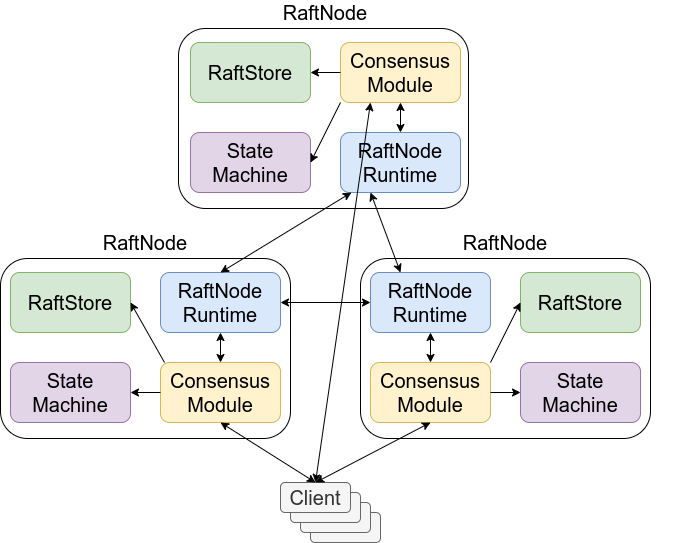
MicroRaft/MicroRaft keeps this draw.io diagram as microraft.io/src/img/architectural_overview.png. Above is the earlier version. Source tidied: cells renumbered, new cells last; positions are measured from the earlier drawing's top-left corner, leaving out a move shared by most shapes.
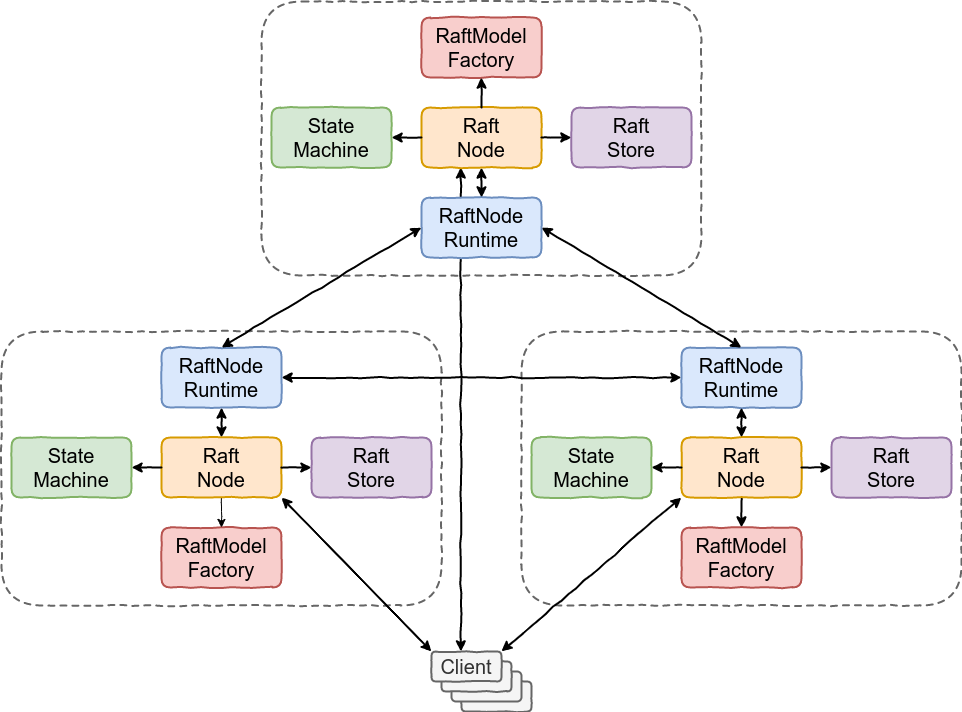
Later version of the same file.

What changed in the source:
```diff
@@ -3,137 +3,150 @@
     <mxCell id="0" />
     <mxCell id="1" parent="0" />
     <mxCell id="2" style="group;" parent="1" vertex="1">
-      <mxGeometry width="680" height="540" as="geometry" />
+      <mxGeometry width="960" height="710" as="geometry" />
     </mxCell>
     <mxCell id="3" style="group;" parent="2" vertex="1">
-      <mxGeometry width="680" height="436" as="geometry" />
+      <mxGeometry width="960" height="710" as="geometry" />
     </mxCell>
-    <mxCell id="4" style="group;" parent="3" vertex="1">
-      <mxGeometry y="230" width="300" height="206" as="geometry" />
+    <mxCell id="4" style="endArrow=classic;startArrow=classic;html=1;endFill=1;startFill=1;exitX=0.328;exitY=0.999;exitDx=0;exitDy=0;entryX=0.419;entryY=0;entryDx=0;entryDy=0;exitPerimeter=0;entryPerimeter=0;comic=1;strokeWidth=2;" parent="3" edge="1" source="31" target="47">
+      <mxGeometry relative="1" as="geometry" />
     </mxCell>
-    <mxCell id="5" style="rounded=1;whiteSpace=wrap;html=1;" parent="4" vertex="1">
-      <mxGeometry y="26" width="290" height="180" as="geometry" />
+    <mxCell id="5" style="group;comic=1;strokeWidth=2;" parent="3" vertex="1">
+      <mxGeometry y="330" width="440" height="274" as="geometry" />
     </mxCell>
-    <mxCell id="6" value="&lt;font style=&quot;font-size: 20px&quot;&gt;Consensus&lt;br&gt;Module&lt;br&gt;&lt;/font&gt;" style="rounded=1;whiteSpace=wrap;html=1;fillColor=#fff2cc;strokeColor=#d6b656;" parent="4" vertex="1">
-      <mxGeometry x="160" y="130" width="120" height="60" as="geometry" />
+    <mxCell id="6" style="rounded=1;whiteSpace=wrap;html=1;dashed=1;fillColor=none;comic=1;strokeWidth=2;strokeColor=#666666;" parent="5" vertex="1">
+      <mxGeometry width="440" height="274" as="geometry" />
     </mxCell>
-    <mxCell id="7" value="&lt;font style=&quot;font-size: 20px&quot;&gt;RaftNode&lt;br&gt;Runtime&lt;/font&gt;" style="rounded=1;whiteSpace=wrap;html=1;fillColor=#dae8fc;strokeColor=#6c8ebf;" parent="4" vertex="1">
-      <mxGeometry x="160" y="40" width="120" height="60" as="geometry" />
+    <mxCell id="7" value="&lt;span style=&quot;font-size: 20px&quot;&gt;RaftModel&lt;br&gt;Factory&lt;br&gt;&lt;/span&gt;" style="rounded=1;whiteSpace=wrap;html=1;fillColor=#f8cecc;strokeColor=#b85450;comic=1;strokeWidth=2;" parent="5" vertex="1">
+      <mxGeometry x="160" y="196" width="120" height="60" as="geometry" />
     </mxCell>
-    <mxCell id="8" value="&lt;span style=&quot;font-size: 20px&quot;&gt;State&lt;br&gt;Machine&lt;/span&gt;" style="rounded=1;whiteSpace=wrap;html=1;fillColor=#e1d5e7;strokeColor=#9673a6;" parent="4" vertex="1">
-      <mxGeometry x="10" y="130" width="120" height="60" as="geometry" />
+    <mxCell id="8" style="endArrow=classic;html=1;exitX=0.5;exitY=1;exitDx=0;exitDy=0;entryX=0.5;entryY=0;entryDx=0;entryDy=0;comic=1;" parent="5" edge="1" source="9" target="7">
+      <mxGeometry relative="1" as="geometry" />
     </mxCell>
-    <mxCell id="9" value="&lt;span style=&quot;font-size: 20px&quot;&gt;RaftStore&lt;/span&gt;" style="rounded=1;whiteSpace=wrap;html=1;fillColor=#d5e8d4;strokeColor=#82b366;" parent="4" vertex="1">
-      <mxGeometry x="10" y="40" width="120" height="60" as="geometry" />
+    <mxCell id="9" value="&lt;span style=&quot;font-size: 20px&quot;&gt;Raft&lt;br&gt;Node&lt;/span&gt;" style="rounded=1;whiteSpace=wrap;html=1;fillColor=#ffe6cc;strokeColor=#d79b00;comic=1;strokeWidth=2;" parent="5" vertex="1">
+      <mxGeometry x="160" y="106" width="120" height="60" as="geometry" />
     </mxCell>
-    <mxCell id="10" value="&lt;font style=&quot;font-size: 20px&quot;&gt;RaftNode&lt;/font&gt;" style="text;html=1;strokeColor=none;fillColor=none;align=center;verticalAlign=middle;whiteSpace=wrap;rounded=0;" parent="4" vertex="1">
-      <mxGeometry width="290" height="20" as="geometry" />
+    <mxCell id="10" value="&lt;span style=&quot;font-size: 20px&quot;&gt;Raft&lt;br&gt;Store&lt;br&gt;&lt;/span&gt;" style="rounded=1;whiteSpace=wrap;html=1;fillColor=#e1d5e7;strokeColor=#9673a6;comic=1;strokeWidth=2;" parent="5" vertex="1">
+      <mxGeometry x="310" y="106" width="120" height="60" as="geometry" />
     </mxCell>
-    <mxCell id="11" style="endArrow=classic;html=1;entryX=1;entryY=0.5;entryDx=0;entryDy=0;exitX=0;exitY=0.5;exitDx=0;exitDy=0;" parent="4" edge="1" source="6" target="8">
-      <mxGeometry relative="1" as="geometry" />
+    <mxCell id="11" value="&lt;span style=&quot;font-size: 20px&quot;&gt;State&lt;br&gt;Machine&lt;br&gt;&lt;/span&gt;" style="rounded=1;whiteSpace=wrap;html=1;fillColor=#d5e8d4;strokeColor=#82b366;comic=1;strokeWidth=2;" parent="5" vertex="1">
+      <mxGeometry x="10" y="106" width="120" height="60" as="geometry" />
     </mxCell>
-    <mxCell id="12" style="endArrow=classic;html=1;entryX=1;entryY=0.5;entryDx=0;entryDy=0;" parent="4" edge="1" target="9">
-      <mxGeometry relative="1" as="geometry">
-        <mxPoint x="164" y="130" as="sourcePoint" />
-      </mxGeometry>
+    <mxCell id="12" value="&lt;span style=&quot;font-size: 20px&quot;&gt;RaftNode&lt;br&gt;Runtime&lt;br&gt;&lt;/span&gt;" style="rounded=1;whiteSpace=wrap;html=1;fillColor=#dae8fc;strokeColor=#6c8ebf;comic=1;strokeWidth=2;" parent="5" vertex="1">
+      <mxGeometry x="160" y="16" width="120" height="60" as="geometry" />
     </mxCell>
-    <mxCell id="13" style="group;" parent="3" vertex="1">
-      <mxGeometry x="180" width="290" height="206" as="geometry" />
+    <mxCell id="13" style="endArrow=classic;html=1;exitX=1;exitY=0.5;exitDx=0;exitDy=0;startArrow=none;startFill=0;entryX=0;entryY=0.5;entryDx=0;entryDy=0;comic=1;strokeWidth=2;" parent="5" edge="1" source="9" target="10">
+      <mxGeometry relative="1" as="geometry" />
     </mxCell>
-    <mxCell id="14" style="rounded=1;whiteSpace=wrap;html=1;" parent="13" vertex="1">
-      <mxGeometry x="-2" y="26" width="290" height="180" as="geometry" />
+    <mxCell id="14" style="endArrow=none;html=1;entryX=0;entryY=0.5;entryDx=0;entryDy=0;exitX=1;exitY=0.5;exitDx=0;exitDy=0;startArrow=classic;startFill=1;endFill=0;comic=1;strokeWidth=2;" parent="5" edge="1" source="11" target="9">
+      <mxGeometry relative="1" as="geometry" />
     </mxCell>
-    <mxCell id="15" value="&lt;span style=&quot;font-size: 20px&quot;&gt;Consensus&lt;br&gt;Module&lt;br&gt;&lt;/span&gt;" style="rounded=1;whiteSpace=wrap;html=1;fillColor=#fff2cc;strokeColor=#d6b656;" parent="13" vertex="1">
-      <mxGeometry x="160" y="40" width="120" height="60" as="geometry" />
+    <mxCell id="15" style="endArrow=classic;startArrow=classic;html=1;entryX=0.5;entryY=1;entryDx=0;entryDy=0;endFill=1;startFill=1;comic=1;strokeWidth=2;" parent="5" edge="1" source="9" target="12">
+      <mxGeometry relative="1" as="geometry" />
     </mxCell>
-    <mxCell id="16" value="&lt;span style=&quot;font-size: 20px&quot;&gt;State&lt;br&gt;Machine&lt;/span&gt;" style="rounded=1;whiteSpace=wrap;html=1;fillColor=#e1d5e7;strokeColor=#9673a6;" parent="13" vertex="1">
-      <mxGeometry x="10" y="130" width="120" height="60" as="geometry" />
+    <mxCell id="16" style="group;comic=1;strokeWidth=2;" parent="3" vertex="1">
+      <mxGeometry x="520" y="330" width="440" height="274" as="geometry" />
     </mxCell>
-    <mxCell id="17" value="&lt;span style=&quot;font-size: 20px&quot;&gt;RaftStore&lt;/span&gt;" style="rounded=1;whiteSpace=wrap;html=1;fillColor=#d5e8d4;strokeColor=#82b366;" parent="13" vertex="1">
-      <mxGeometry x="10" y="40" width="120" height="60" as="geometry" />
+    <mxCell id="17" style="rounded=1;whiteSpace=wrap;html=1;dashed=1;fillColor=none;comic=1;strokeWidth=2;strokeColor=#666666;" parent="16" vertex="1">
+      <mxGeometry width="440" height="274" as="geometry" />
     </mxCell>
-    <mxCell id="18" value="&lt;font style=&quot;font-size: 20px&quot;&gt;RaftNode&lt;/font&gt;" style="text;html=1;strokeColor=none;fillColor=none;align=center;verticalAlign=middle;whiteSpace=wrap;rounded=0;" parent="13" vertex="1">
-      <mxGeometry width="290" height="20" as="geometry" />
+    <mxCell id="18" value="&lt;span style=&quot;font-size: 20px&quot;&gt;RaftModel&lt;br&gt;Factory&lt;br&gt;&lt;/span&gt;" style="rounded=1;whiteSpace=wrap;html=1;fillColor=#f8cecc;strokeColor=#b85450;comic=1;strokeWidth=2;" parent="16" vertex="1">
+      <mxGeometry x="160" y="196" width="120" height="60" as="geometry" />
     </mxCell>
-    <mxCell id="19" style="endArrow=classic;startArrow=classic;html=1;entryX=0.5;entryY=1;entryDx=0;entryDy=0;exitX=0.5;exitY=0;exitDx=0;exitDy=0;" parent="13" edge="1" source="22" target="15">
+    <mxCell id="19" style="endArrow=classic;html=1;exitX=0.5;exitY=1;exitDx=0;exitDy=0;entryX=0.5;entryY=0;entryDx=0;entryDy=0;comic=1;strokeWidth=2;" parent="16" edge="1" source="20" target="18">
       <mxGeometry relative="1" as="geometry" />
     </mxCell>
-    <mxCell id="20" style="endArrow=classic;html=1;entryX=1;entryY=0.5;entryDx=0;entryDy=0;exitX=0;exitY=1;exitDx=0;exitDy=0;" parent="13" edge="1" source="15" target="16">
-      <mxGeometry relative="1" as="geometry" />
+    <mxCell id="20" value="&lt;span style=&quot;font-size: 20px&quot;&gt;Raft&lt;br&gt;Node&lt;/span&gt;" style="rounded=1;whiteSpace=wrap;html=1;fillColor=#ffe6cc;strokeColor=#d79b00;comic=1;strokeWidth=2;" parent="16" vertex="1">
+      <mxGeometry x="160" y="106" width="120" height="60" as="geometry" />
     </mxCell>
-    <mxCell id="21" style="endArrow=classic;html=1;entryX=1;entryY=0.5;entryDx=0;entryDy=0;exitX=0;exitY=0.5;exitDx=0;exitDy=0;" parent="13" edge="1" source="15" target="17">
-      <mxGeometry relative="1" as="geometry" />
+    <mxCell id="21" value="&lt;span style=&quot;font-size: 20px&quot;&gt;Raft&lt;br&gt;Store&lt;/span&gt;" style="rounded=1;whiteSpace=wrap;html=1;fillColor=#e1d5e7;strokeColor=#9673a6;comic=1;strokeWidth=2;" parent="16" vertex="1">
+      <mxGeometry x="310" y="106" width="120" height="60" as="geometry" />
     </mxCell>
-    <mxCell id="22" value="&lt;font style=&quot;font-size: 20px&quot;&gt;RaftNode&lt;br&gt;Runtime&lt;br&gt;&lt;/font&gt;" style="rounded=1;whiteSpace=wrap;html=1;fillColor=#dae8fc;strokeColor=#6c8ebf;" parent="13" vertex="1">
-      <mxGeometry x="160" y="130" width="120" height="60" as="geometry" />
+    <mxCell id="22" value="&lt;span style=&quot;font-size: 20px&quot;&gt;State&lt;br&gt;Machine&lt;br&gt;&lt;/span&gt;" style="rounded=1;whiteSpace=wrap;html=1;fillColor=#d5e8d4;strokeColor=#82b366;comic=1;strokeWidth=2;" parent="16" vertex="1">
+      <mxGeometry x="10" y="106" width="120" height="60" as="geometry" />
     </mxCell>
-    <mxCell id="23" style="group;" parent="3" vertex="1">
-      <mxGeometry x="360" y="230" width="290" height="206" as="geometry" />
+    <mxCell id="23" value="&lt;span style=&quot;font-size: 20px&quot;&gt;RaftNode&lt;br&gt;Runtime&lt;br&gt;&lt;/span&gt;" style="rounded=1;whiteSpace=wrap;html=1;fillColor=#dae8fc;strokeColor=#6c8ebf;comic=1;strokeWidth=2;" parent="16" vertex="1">
+      <mxGeometry x="160" y="16" width="120" height="60" as="geometry" />
     </mxCell>
-    <mxCell id="24" style="rounded=1;whiteSpace=wrap;html=1;" parent="23" vertex="1">
-      <mxGeometry y="26" width="290" height="180" as="geometry" />
+    <mxCell id="24" style="endArrow=classic;html=1;exitX=1;exitY=0.5;exitDx=0;exitDy=0;startArrow=none;startFill=0;entryX=0;entryY=0.5;entryDx=0;entryDy=0;comic=1;strokeWidth=2;" parent="16" edge="1" source="20" target="21">
+      <mxGeometry relative="1" as="geometry" />
     </mxCell>
-    <mxCell id="25" value="&lt;font style=&quot;font-size: 20px&quot;&gt;State&lt;br&gt;Machine&lt;/font&gt;" style="rounded=1;whiteSpace=wrap;html=1;fillColor=#e1d5e7;strokeColor=#9673a6;" parent="23" vertex="1">
-      <mxGeometry x="160" y="130" width="120" height="60" as="geometry" />
+    <mxCell id="25" style="endArrow=none;html=1;entryX=0;entryY=0.5;entryDx=0;entryDy=0;exitX=1;exitY=0.5;exitDx=0;exitDy=0;startArrow=classic;startFill=1;endFill=0;comic=1;strokeWidth=2;" parent="16" edge="1" source="22" target="20">
+      <mxGeometry relative="1" as="geometry" />
     </mxCell>
-    <mxCell id="26" value="&lt;span style=&quot;font-size: 20px&quot;&gt;RaftStore&lt;/span&gt;" style="rounded=1;whiteSpace=wrap;html=1;fillColor=#d5e8d4;strokeColor=#82b366;" parent="23" vertex="1">
-      <mxGeometry x="160" y="40" width="120" height="60" as="geometry" />
+    <mxCell id="26" style="endArrow=classic;startArrow=classic;html=1;entryX=0.5;entryY=1;entryDx=0;entryDy=0;endFill=1;startFill=1;comic=1;strokeWidth=2;" parent="16" edge="1" source="20" target="23">
+      <mxGeometry relative="1" as="geometry" />
     </mxCell>
-    <mxCell id="27" value="&lt;span style=&quot;font-size: 20px&quot;&gt;Consensus&lt;br&gt;Module&lt;br&gt;&lt;/span&gt;" style="rounded=1;whiteSpace=wrap;html=1;fillColor=#fff2cc;strokeColor=#d6b656;" parent="23" vertex="1">
-      <mxGeometry x="10" y="130" width="120" height="60" as="geometry" />
+    <mxCell id="27" style="group;comic=1;" parent="3" vertex="1">
+      <mxGeometry x="260" width="440" height="274" as="geometry" />
     </mxCell>
-    <mxCell id="28" value="&lt;span style=&quot;font-size: 20px&quot;&gt;RaftNode&lt;br&gt;Runtime&lt;br&gt;&lt;/span&gt;" style="rounded=1;whiteSpace=wrap;html=1;fillColor=#dae8fc;strokeColor=#6c8ebf;" parent="23" vertex="1">
-      <mxGeometry x="10" y="40" width="120" height="60" as="geometry" />
+    <mxCell id="28" style="rounded=1;whiteSpace=wrap;html=1;dashed=1;fillColor=none;comic=1;strokeWidth=2;strokeColor=#666666;" parent="27" vertex="1">
+      <mxGeometry width="440" height="274" as="geometry" />
     </mxCell>
-    <mxCell id="29" value="&lt;font style=&quot;font-size: 20px&quot;&gt;RaftNode&lt;/font&gt;" style="text;html=1;strokeColor=none;fillColor=none;align=center;verticalAlign=middle;whiteSpace=wrap;rounded=0;" parent="23" vertex="1">
-      <mxGeometry width="290" height="20" as="geometry" />
+    <mxCell id="29" value="&lt;span style=&quot;font-size: 20px&quot;&gt;RaftNode&lt;br&gt;Runtime&lt;br&gt;&lt;/span&gt;" style="rounded=1;whiteSpace=wrap;html=1;fillColor=#dae8fc;strokeColor=#6c8ebf;comic=1;strokeWidth=2;" parent="27" vertex="1">
+      <mxGeometry x="160" y="196" width="120" height="60" as="geometry" />
     </mxCell>
-    <mxCell id="30" style="endArrow=classic;startArrow=classic;html=1;entryX=0.5;entryY=1;entryDx=0;entryDy=0;" parent="23" edge="1" source="27" target="28">
+    <mxCell id="30" style="endArrow=classic;html=1;exitX=0.5;exitY=1;exitDx=0;exitDy=0;entryX=0.5;entryY=0;entryDx=0;entryDy=0;startArrow=classic;startFill=1;comic=1;strokeWidth=2;" parent="27" edge="1" source="31" target="29">
       <mxGeometry relative="1" as="geometry" />
     </mxCell>
-    <mxCell id="31" style="endArrow=classic;html=1;entryX=0;entryY=0.5;entryDx=0;entryDy=0;exitX=1;exitY=0.5;exitDx=0;exitDy=0;" parent="23" edge="1" source="27" target="25">
-      <mxGeometry relative="1" as="geometry" />
+    <mxCell id="31" value="&lt;span style=&quot;font-size: 20px&quot;&gt;Raft&lt;br&gt;Node&lt;/span&gt;" style="rounded=1;whiteSpace=wrap;html=1;fillColor=#ffe6cc;strokeColor=#d79b00;comic=1;strokeWidth=2;" parent="27" vertex="1">
+      <mxGeometry x="160" y="106" width="120" height="60" as="geometry" />
     </mxCell>
-    <mxCell id="32" style="endArrow=classic;html=1;entryX=0;entryY=0.5;entryDx=0;entryDy=0;exitX=1;exitY=0;exitDx=0;exitDy=0;" parent="23" edge="1" source="27" target="26">
-      <mxGeometry relative="1" as="geometry" />
+    <mxCell id="32" value="&lt;span style=&quot;font-size: 20px&quot;&gt;Raft&lt;br&gt;Store&lt;/span&gt;" style="rounded=1;whiteSpace=wrap;html=1;fillColor=#e1d5e7;strokeColor=#9673a6;comic=1;strokeWidth=2;" parent="27" vertex="1">
+      <mxGeometry x="310" y="106" width="120" height="60" as="geometry" />
     </mxCell>
-    <mxCell id="33" style="endArrow=classic;startArrow=classic;html=1;exitX=0.5;exitY=0;exitDx=0;exitDy=0;" parent="3" edge="1" source="7" target="22">
-      <mxGeometry relative="1" as="geometry" />
+    <mxCell id="33" value="&lt;span style=&quot;font-size: 20px&quot;&gt;State&lt;br&gt;Machine&lt;br&gt;&lt;/span&gt;" style="rounded=1;whiteSpace=wrap;html=1;fillColor=#d5e8d4;strokeColor=#82b366;comic=1;strokeWidth=2;" parent="27" vertex="1">
+      <mxGeometry x="10" y="106" width="120" height="60" as="geometry" />
     </mxCell>
-    <mxCell id="34" style="endArrow=classic;startArrow=classic;html=1;entryX=0.25;entryY=1;entryDx=0;entryDy=0;exitX=0.25;exitY=0;exitDx=0;exitDy=0;" parent="3" edge="1" source="28" target="22">
-      <mxGeometry relative="1" as="geometry" />
+    <mxCell id="34" value="&lt;span style=&quot;font-size: 20px&quot;&gt;RaftModel&lt;br&gt;Factory&lt;br&gt;&lt;/span&gt;" style="rounded=1;whiteSpace=wrap;html=1;fillColor=#f8cecc;strokeColor=#b85450;comic=1;strokeWidth=2;" parent="27" vertex="1">
+      <mxGeometry x="160" y="16" width="120" height="60" as="geometry" />
     </mxCell>
-    <mxCell id="35" style="endArrow=classic;startArrow=classic;html=1;exitX=1;exitY=0.5;exitDx=0;exitDy=0;entryX=0;entryY=0.5;entryDx=0;entryDy=0;" parent="3" edge="1" source="7" target="28">
+    <mxCell id="35" style="endArrow=classic;html=1;exitX=1;exitY=0.5;exitDx=0;exitDy=0;startArrow=none;startFill=0;entryX=0;entryY=0.5;entryDx=0;entryDy=0;comic=1;strokeWidth=2;" parent="27" edge="1" source="31" target="32">
       <mxGeometry relative="1" as="geometry" />
     </mxCell>
-    <mxCell id="36" style="endArrow=classic;startArrow=classic;html=1;entryX=0.5;entryY=1;entryDx=0;entryDy=0;" parent="3" edge="1" target="7">
-      <mxGeometry relative="1" as="geometry">
-        <mxPoint x="220" y="360" as="sourcePoint" />
-      </mxGeometry>
+    <mxCell id="36" style="endArrow=none;html=1;entryX=0;entryY=0.5;entryDx=0;entryDy=0;exitX=1;exitY=0.5;exitDx=0;exitDy=0;startArrow=classic;startFill=1;endFill=0;comic=1;strokeWidth=2;" parent="27" edge="1" source="33" target="31">
+      <mxGeometry relative="1" as="geometry" />
     </mxCell>
-    <mxCell id="37" style="group;" parent="2" vertex="1">
-      <mxGeometry x="280" y="480" width="100" height="60" as="geometry" />
+    <mxCell id="37" style="endArrow=classic;startArrow=none;html=1;entryX=0.5;entryY=1;entryDx=0;entryDy=0;endFill=1;startFill=0;comic=1;strokeWidth=2;" parent="27" edge="1" source="31" target="34">
+      <mxGeometry relative="1" as="geometry" />
     </mxCell>
-    <mxCell id="38" style="rounded=1;whiteSpace=wrap;html=1;fillColor=#f5f5f5;strokeColor=#666666;fontColor=#333333;" parent="37" vertex="1">
-      <mxGeometry x="30" y="30" width="70" height="30" as="geometry" />
+    <mxCell id="38" style="endArrow=classic;startArrow=classic;html=1;entryX=1;entryY=0.5;entryDx=0;entryDy=0;endFill=1;startFill=1;exitX=0.5;exitY=0;exitDx=0;exitDy=0;comic=1;strokeWidth=2;" parent="3" edge="1" source="23" target="29">
+      <mxGeometry relative="1" as="geometry" />
     </mxCell>
-    <mxCell id="39" style="rounded=1;whiteSpace=wrap;html=1;fillColor=#f5f5f5;strokeColor=#666666;fontColor=#333333;" parent="37" vertex="1">
-      <mxGeometry x="20" y="20" width="70" height="30" as="geometry" />
+    <mxCell id="39" style="endArrow=classic;startArrow=classic;html=1;entryX=0;entryY=0.5;entryDx=0;entryDy=0;endFill=1;startFill=1;exitX=0.5;exitY=0;exitDx=0;exitDy=0;comic=1;strokeWidth=2;" parent="3" edge="1" source="12" target="29">
+      <mxGeometry relative="1" as="geometry" />
     </mxCell>
-    <mxCell id="40" style="rounded=1;whiteSpace=wrap;html=1;fillColor=#f5f5f5;strokeColor=#666666;fontColor=#333333;" parent="37" vertex="1">
-      <mxGeometry x="10" y="10" width="70" height="30" as="geometry" />
+    <mxCell id="40" style="endArrow=classic;startArrow=classic;html=1;entryX=0;entryY=0.5;entryDx=0;entryDy=0;endFill=1;startFill=1;exitX=1;exitY=0.5;exitDx=0;exitDy=0;comic=1;strokeWidth=2;" parent="3" edge="1" source="12" target="23">
+      <mxGeometry relative="1" as="geometry" />
     </mxCell>
-    <mxCell id="41" value="&lt;font style=&quot;font-size: 20px&quot;&gt;Client&lt;/font&gt;" style="rounded=1;whiteSpace=wrap;html=1;fillColor=#f5f5f5;strokeColor=#666666;fontColor=#333333;" parent="37" vertex="1">
-      <mxGeometry width="70" height="30" as="geometry" />
+    <mxCell id="41" style="group;comic=0;" parent="3" vertex="1">
+      <mxGeometry x="430" y="650" width="100" height="60" as="geometry" />
     </mxCell>
-    <mxCell id="42" style="endArrow=classic;html=1;entryX=0.5;entryY=1;entryDx=0;entryDy=0;exitX=0.5;exitY=0;exitDx=0;exitDy=0;endFill=1;startArrow=classic;startFill=1;" parent="2" edge="1" source="41" target="27">
-      <mxGeometry relative="1" as="geometry" />
+    <mxCell id="42" style="group;" parent="41" vertex="1">
+      <mxGeometry width="100" height="60" as="geometry" />
     </mxCell>
-    <mxCell id="43" style="endArrow=classic;html=1;entryX=0.5;entryY=1;entryDx=0;entryDy=0;exitX=0.5;exitY=0;exitDx=0;exitDy=0;startArrow=classic;startFill=1;" parent="2" edge="1" source="41" target="6">
-      <mxGeometry relative="1" as="geometry" />
+    <mxCell id="43" style="group;" parent="42" vertex="1">
+      <mxGeometry width="100" height="60" as="geometry" />
     </mxCell>
-    <mxCell id="44" style="endArrow=classic;html=1;entryX=0.25;entryY=1;entryDx=0;entryDy=0;exitX=0.5;exitY=0;exitDx=0;exitDy=0;startArrow=classic;startFill=1;" parent="2" edge="1" source="41" target="15">
-      <mxGeometry relative="1" as="geometry" />
+    <mxCell id="44" style="rounded=1;whiteSpace=wrap;html=1;fillColor=#f5f5f5;strokeColor=#666666;fontColor=#333333;comic=1;strokeWidth=2;" parent="43" vertex="1">
+      <mxGeometry x="30" y="30" width="70" height="30" as="geometry" />
     </mxCell>
+    <mxCell id="45" style="rounded=1;whiteSpace=wrap;html=1;fillColor=#f5f5f5;strokeColor=#666666;fontColor=#333333;strokeWidth=2;" parent="43" vertex="1">
+      <mxGeometry x="20" y="20" width="70" height="30" as="geometry" />
+    </mxCell>
+    <mxCell id="46" style="rounded=1;whiteSpace=wrap;html=1;fillColor=#f5f5f5;strokeColor=#666666;fontColor=#333333;comic=1;strokeWidth=2;" parent="43" vertex="1">
+      <mxGeometry x="10" y="10" width="70" height="30" as="geometry" />
+    </mxCell>
+    <mxCell id="47" value="&lt;font style=&quot;font-size: 20px&quot;&gt;Client&lt;/font&gt;" style="rounded=1;whiteSpace=wrap;html=1;fillColor=#f5f5f5;strokeColor=#666666;fontColor=#333333;comic=1;strokeWidth=2;" parent="43" vertex="1">
+      <mxGeometry width="70" height="30" as="geometry" />
+    </mxCell>
+    <mxCell id="48" style="endArrow=classic;startArrow=classic;html=1;endFill=1;startFill=1;exitX=1;exitY=1;exitDx=0;exitDy=0;entryX=0;entryY=0;entryDx=0;entryDy=0;comic=1;strokeWidth=2;" parent="3" edge="1" source="9" target="47">
+      <mxGeometry relative="1" as="geometry" />
+    </mxCell>
+    <mxCell id="49" style="endArrow=classic;startArrow=classic;html=1;endFill=1;startFill=1;exitX=0;exitY=1;exitDx=0;exitDy=0;comic=1;strokeWidth=2;" parent="3" edge="1" source="20">
+      <mxGeometry relative="1" as="geometry">
+        <mxPoint x="500" y="650" as="targetPoint" />
+      </mxGeometry>
+    </mxCell>
   </root>
 </mxGraphModel>
```
